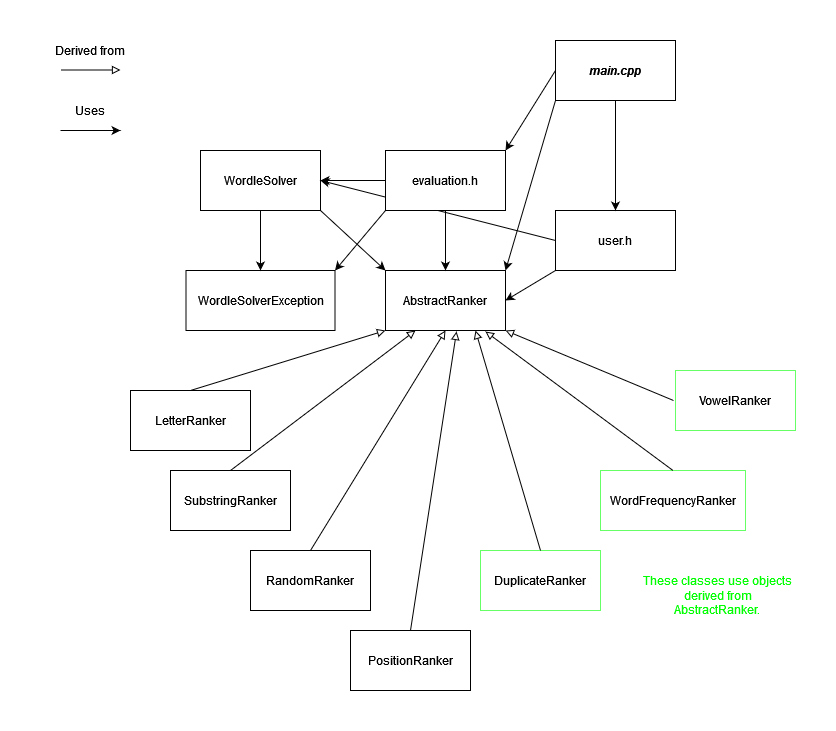
Before: uml_diagram.png, a diagram exported from draw.io (ChamiLamelas/Wordle_Solver). Source tidied: cells renumbered, new cells last; positions are measured from the earlier drawing's top-left corner, leaving out a move shared by most shapes.
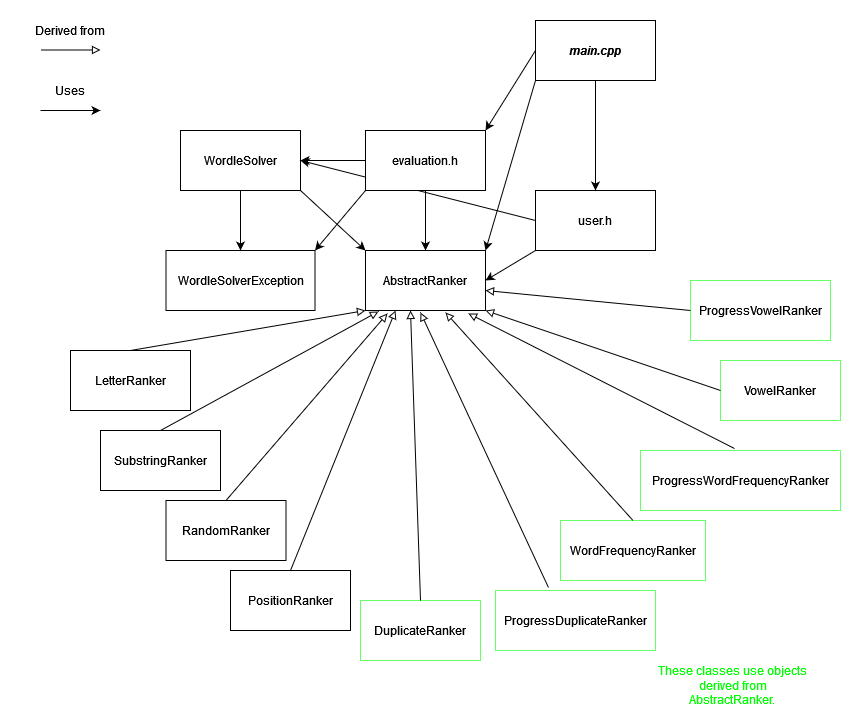
Later version of the same file.

Commit message:
update readme and uml diagram

Diff of the diagram source:
```diff
@@ -5,22 +5,22 @@
     <mxCell id="2" value="AbstractRanker" style="rounded=0;whiteSpace=wrap;html=1;" parent="1" vertex="1">
       <mxGeometry x="345" y="230" width="120" height="60" as="geometry" />
     </mxCell>
-    <mxCell id="3" style="endArrow=block;html=1;endFill=0;exitX=0.5;exitY=0;exitDx=0;exitDy=0;entryX=0.5;entryY=1;entryDx=0;entryDy=0;" parent="1" edge="1" source="4" target="2">
+    <mxCell id="3" style="endArrow=block;html=1;endFill=0;exitX=0.5;exitY=0;exitDx=0;exitDy=0;entryX=0.183;entryY=1.05;entryDx=0;entryDy=0;entryPerimeter=0;" parent="1" edge="1" source="4" target="2">
       <mxGeometry relative="1" as="geometry" />
     </mxCell>
     <mxCell id="4" value="&lt;div&gt;RandomRanker&lt;/div&gt;" style="rounded=0;whiteSpace=wrap;html=1;" parent="1" vertex="1">
-      <mxGeometry x="210" y="510" width="120" height="60" as="geometry" />
+      <mxGeometry x="145.5" y="480" width="120" height="60" as="geometry" />
     </mxCell>
     <mxCell id="5" value="LetterRanker" style="rounded=0;whiteSpace=wrap;html=1;" parent="1" vertex="1">
-      <mxGeometry x="90" y="350" width="120" height="60" as="geometry" />
+      <mxGeometry x="50" y="330" width="120" height="60" as="geometry" />
     </mxCell>
     <mxCell id="6" style="endArrow=block;html=1;endFill=0;exitX=0.5;exitY=0;exitDx=0;exitDy=0;entryX=0;entryY=1;entryDx=0;entryDy=0;" parent="1" edge="1" source="5" target="2">
       <mxGeometry relative="1" as="geometry" />
     </mxCell>
     <mxCell id="7" value="SubstringRanker" style="rounded=0;whiteSpace=wrap;html=1;" parent="1" vertex="1">
-      <mxGeometry x="130" y="430" width="120" height="60" as="geometry" />
+      <mxGeometry x="80" y="410" width="120" height="60" as="geometry" />
     </mxCell>
-    <mxCell id="8" style="endArrow=block;html=1;endFill=0;exitX=0.5;exitY=0;exitDx=0;exitDy=0;entryX=0.25;entryY=1;entryDx=0;entryDy=0;" parent="1" edge="1" source="7" target="2">
+    <mxCell id="8" style="endArrow=block;html=1;endFill=0;exitX=0.5;exitY=0;exitDx=0;exitDy=0;entryX=0.108;entryY=1.017;entryDx=0;entryDy=0;entryPerimeter=0;" parent="1" edge="1" source="7" target="2">
       <mxGeometry relative="1" as="geometry" />
     </mxCell>
     <mxCell id="9" value="WordleSolver" style="rounded=0;whiteSpace=wrap;html=1;" parent="1" vertex="1">
@@ -87,33 +87,53 @@
       <mxGeometry x="30" y="60" width="40" height="20" as="geometry" />
     </mxCell>
     <mxCell id="28" value="PositionRanker" style="rounded=0;whiteSpace=wrap;html=1;" parent="1" vertex="1">
-      <mxGeometry x="310" y="590" width="120" height="60" as="geometry" />
+      <mxGeometry x="210" y="550" width="120" height="60" as="geometry" />
     </mxCell>
-    <mxCell id="29" style="endArrow=block;html=1;endFill=0;exitX=0.5;exitY=0;exitDx=0;exitDy=0;entryX=0.592;entryY=1.017;entryDx=0;entryDy=0;entryPerimeter=0;" parent="1" edge="1" source="28" target="2">
+    <mxCell id="29" style="endArrow=block;html=1;endFill=0;exitX=0.5;exitY=0;exitDx=0;exitDy=0;entryX=0.25;entryY=1;entryDx=0;entryDy=0;" parent="1" edge="1" source="28" target="2">
       <mxGeometry relative="1" as="geometry" />
     </mxCell>
     <mxCell id="30" value="DuplicateRanker" style="rounded=0;whiteSpace=wrap;html=1;strokeColor=#66FF66;" parent="1" vertex="1">
-      <mxGeometry x="440" y="510" width="120" height="60" as="geometry" />
+      <mxGeometry x="340" y="580" width="120" height="60" as="geometry" />
     </mxCell>
-    <mxCell id="31" style="endArrow=block;html=1;endFill=0;exitX=0.5;exitY=0;exitDx=0;exitDy=0;entryX=0.75;entryY=1;entryDx=0;entryDy=0;" parent="1" edge="1" source="30" target="2">
+    <mxCell id="31" style="endArrow=block;html=1;endFill=0;exitX=0.5;exitY=0;exitDx=0;exitDy=0;entryX=0.375;entryY=1;entryDx=0;entryDy=0;entryPerimeter=0;" parent="1" edge="1" source="30" target="2">
       <mxGeometry relative="1" as="geometry" />
     </mxCell>
     <mxCell id="32" value="WordFrequencyRanker" style="rounded=0;whiteSpace=wrap;html=1;strokeColor=#66FF66;" parent="1" vertex="1">
-      <mxGeometry x="560" y="430" width="145" height="60" as="geometry" />
+      <mxGeometry x="540" y="500" width="145" height="60" as="geometry" />
     </mxCell>
-    <mxCell id="33" style="endArrow=block;html=1;endFill=0;exitX=0.5;exitY=0;exitDx=0;exitDy=0;entryX=0.833;entryY=1.017;entryDx=0;entryDy=0;entryPerimeter=0;" parent="1" edge="1" source="32" target="2">
+    <mxCell id="33" style="endArrow=block;html=1;endFill=0;exitX=0.5;exitY=0;exitDx=0;exitDy=0;entryX=0.667;entryY=1.033;entryDx=0;entryDy=0;entryPerimeter=0;" parent="1" edge="1" source="32" target="2">
       <mxGeometry relative="1" as="geometry" />
     </mxCell>
     <mxCell id="34" value="VowelRanker" style="rounded=0;whiteSpace=wrap;html=1;strokeColor=#66FF66;" parent="1" vertex="1">
-      <mxGeometry x="635" y="330" width="120" height="60" as="geometry" />
+      <mxGeometry x="700" y="340" width="120" height="60" as="geometry" />
     </mxCell>
-    <mxCell id="35" style="endArrow=block;html=1;endFill=0;entryX=1;entryY=1;entryDx=0;entryDy=0;" parent="1" edge="1" target="2">
-      <mxGeometry relative="1" as="geometry">
-        <mxPoint x="633" y="360" as="sourcePoint" />
-      </mxGeometry>
+    <mxCell id="35" style="endArrow=block;html=1;endFill=0;entryX=1;entryY=1;entryDx=0;entryDy=0;exitX=0;exitY=0.5;exitDx=0;exitDy=0;" parent="1" edge="1" source="34" target="2">
+      <mxGeometry relative="1" as="geometry" />
     </mxCell>
     <mxCell id="36" value="&lt;font color=&quot;#00FF00&quot;&gt;These classes use objects derived from AbstractRanker.&lt;br&gt;&lt;/font&gt;" style="text;html=1;strokeColor=none;fillColor=none;align=center;verticalAlign=middle;whiteSpace=wrap;rounded=0;" parent="1" vertex="1">
-      <mxGeometry x="600" y="540" width="155" height="30" as="geometry" />
+      <mxGeometry x="635" y="650" width="155" height="30" as="geometry" />
     </mxCell>
+    <mxCell id="37" value="&lt;div&gt;ProgressDuplicateRanker&lt;/div&gt;" style="rounded=0;whiteSpace=wrap;html=1;strokeColor=#66FF66;" parent="1" vertex="1">
+      <mxGeometry x="475" y="570" width="160" height="60" as="geometry" />
+    </mxCell>
+    <mxCell id="38" style="endArrow=block;html=1;endFill=0;exitX=0.331;exitY=-0.05;exitDx=0;exitDy=0;entryX=0.667;entryY=1.033;entryDx=0;entryDy=0;entryPerimeter=0;exitPerimeter=0;" parent="1" edge="1" source="37">
+      <mxGeometry relative="1" as="geometry">
+        <mxPoint x="400" y="292" as="targetPoint" />
+      </mxGeometry>
+    </mxCell>
+    <mxCell id="39" value="ProgressWordFrequencyRanker" style="rounded=0;whiteSpace=wrap;html=1;strokeColor=#66FF66;" parent="1" vertex="1">
+      <mxGeometry x="620" y="430" width="200" height="60" as="geometry" />
+    </mxCell>
+    <mxCell id="40" style="endArrow=block;html=1;endFill=0;entryX=0.858;entryY=1.05;entryDx=0;entryDy=0;exitX=0.47;exitY=-0.033;exitDx=0;exitDy=0;exitPerimeter=0;entryPerimeter=0;" parent="1" edge="1" source="39" target="2">
+      <mxGeometry relative="1" as="geometry" />
+    </mxCell>
+    <mxCell id="41" value="ProgressVowelRanker" style="rounded=0;whiteSpace=wrap;html=1;strokeColor=#66FF66;" parent="1" vertex="1">
+      <mxGeometry x="670" y="260" width="140" height="60" as="geometry" />
+    </mxCell>
+    <mxCell id="42" style="endArrow=block;html=1;endFill=0;entryX=1;entryY=1;entryDx=0;entryDy=0;exitX=0;exitY=0.5;exitDx=0;exitDy=0;" parent="1" edge="1" source="41">
+      <mxGeometry relative="1" as="geometry">
+        <mxPoint x="465" y="270" as="targetPoint" />
+      </mxGeometry>
+    </mxCell>
   </root>
 </mxGraphModel>
```
